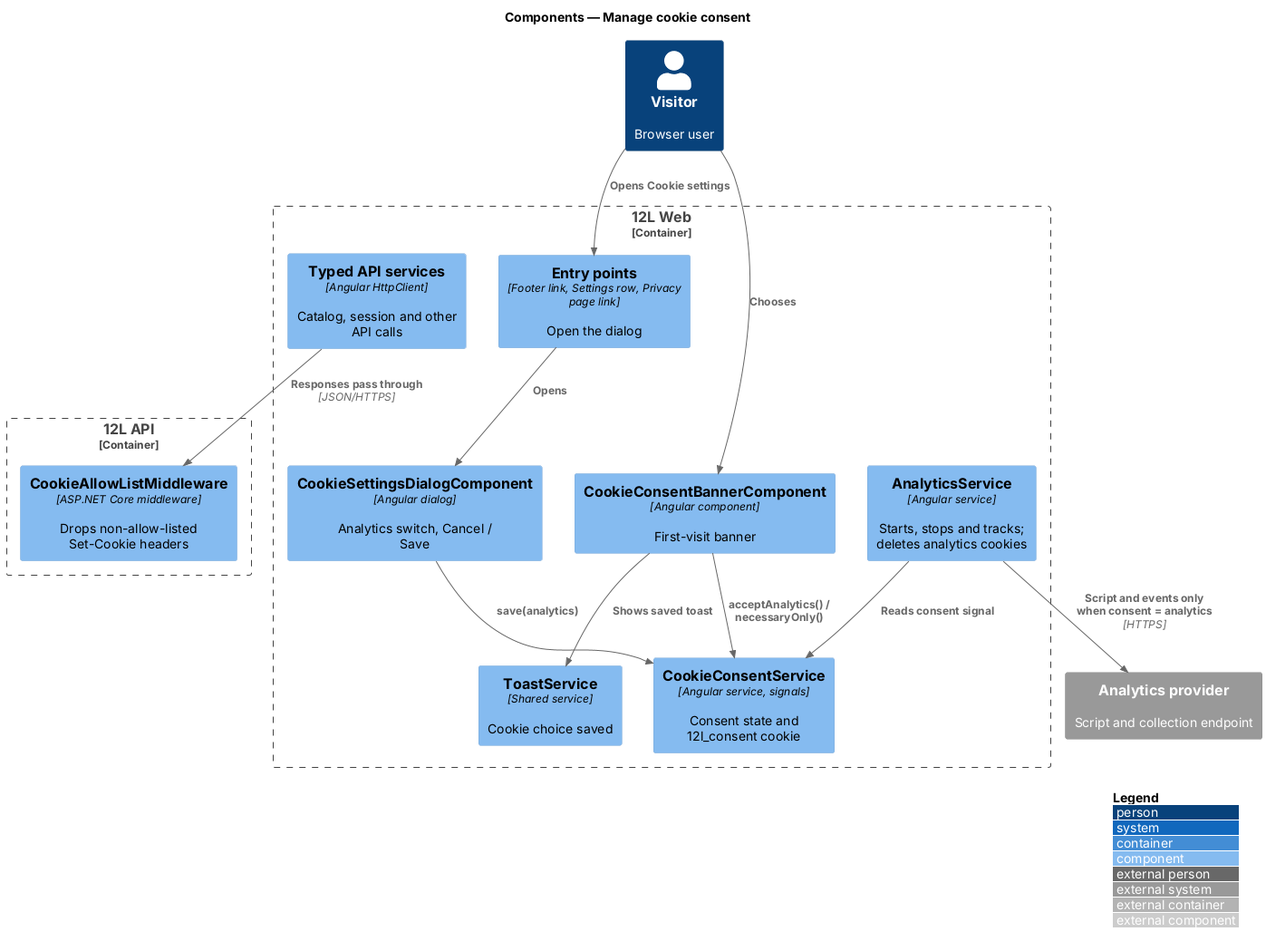
This is docs/detailed-designs/privacy/manage-cookie-consent/diagrams/c4-component.png from QuinntyneBrown/12l, a PlantUML export, as it was before one commit.
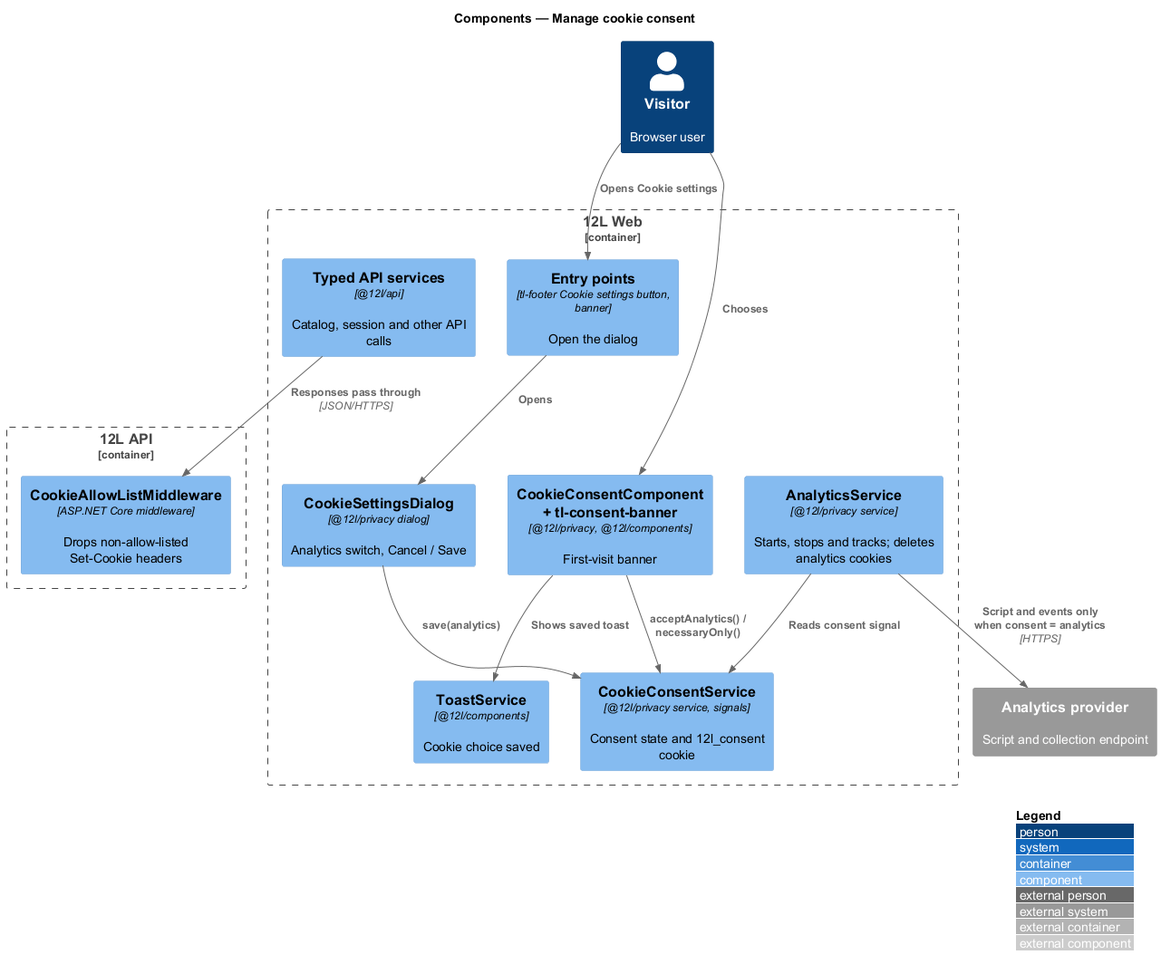
Above is the later version.

Change to the diagram source:
```diff
@@ -5,13 +5,13 @@
 
 Person(visitor, "Visitor", "Browser user")
 Container_Boundary(web, "12L Web") {
-  Component(banner, "CookieConsentBannerComponent", "Angular component", "First-visit banner")
-  Component(dialog, "CookieSettingsDialogComponent", "Angular dialog", "Analytics switch, Cancel / Save")
-  Component(entry, "Entry points", "Footer link, Settings row, Privacy page link", "Open the dialog")
-  Component(consent, "CookieConsentService", "Angular service, signals", "Consent state and 12l_consent cookie")
-  Component(analyticsSvc, "AnalyticsService", "Angular service", "Starts, stops and tracks; deletes analytics cookies")
-  Component(toast, "ToastService", "Shared service", "Cookie choice saved")
-  Component(apis, "Typed API services", "Angular HttpClient", "Catalog, session and other API calls")
+  Component(banner, "CookieConsentComponent + tl-consent-banner", "@12l/privacy, @12l/components", "First-visit banner")
+  Component(dialog, "CookieSettingsDialog", "@12l/privacy dialog", "Analytics switch, Cancel / Save")
+  Component(entry, "Entry points", "tl-footer Cookie settings button, banner", "Open the dialog")
+  Component(consent, "CookieConsentService", "@12l/privacy service, signals", "Consent state and 12l_consent cookie")
+  Component(analyticsSvc, "AnalyticsService", "@12l/privacy service", "Starts, stops and tracks; deletes analytics cookies")
+  Component(toast, "ToastService", "@12l/components", "Cookie choice saved")
+  Component(apis, "Typed API services", "@12l/api", "Catalog, session and other API calls")
 }
 Container_Boundary(api, "12L API") {
   Component(mw, "CookieAllowListMiddleware", "ASP.NET Core middleware", "Drops non-allow-listed Set-Cookie headers")
```
